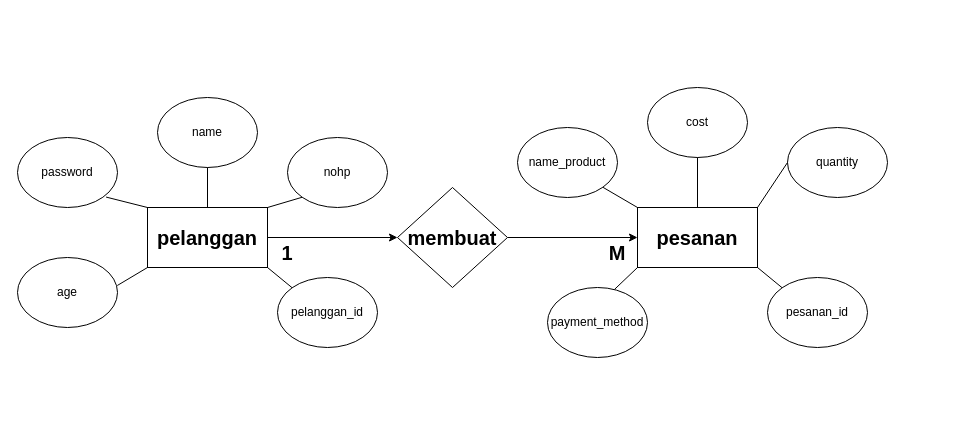
Before: ERD.drawio in VisualGitCode/VisualGitCode.github.io, a draw.io diagram. Source tidied: cells renumbered, new cells numbered last; positions are measured from the earlier drawing's top-left corner, leaving out a move shared by most shapes. Both pictures are drawn from the tidied source at 100%, with x=0, y=0 at pixel (17, 87).
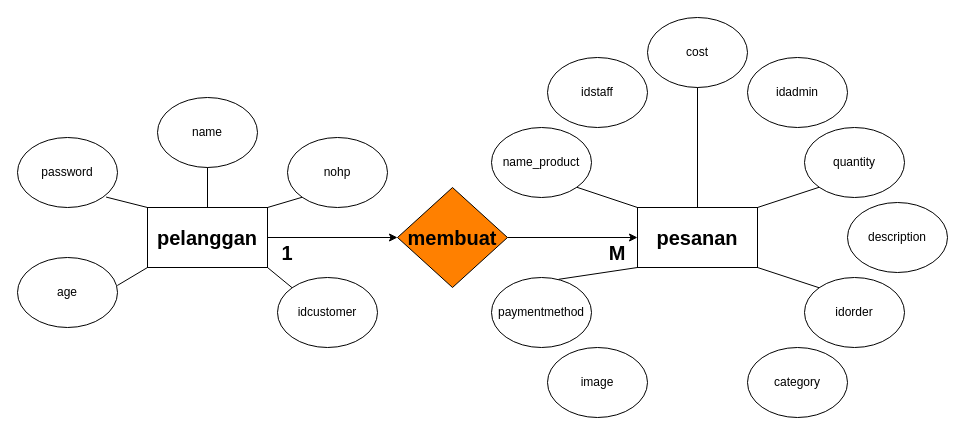
Above is the later version.

The change refers to these unchanged cells:
```xml
<mxCell id="20" style="rounded=0;whiteSpace=wrap;html=1;" parent="1" vertex="1">
  <mxGeometry x="620" y="120" width="120" height="60" as="geometry" />
</mxCell>
```

Diff of the diagram source:
```diff
@@
-    <mxCell id="17" style="rhombus;whiteSpace=wrap;html=1;" parent="1" vertex="1">
+    <mxCell id="17" style="rhombus;whiteSpace=wrap;html=1;fillColor=#FF8000;" parent="1" vertex="1">
       <mxGeometry x="380" y="100" width="110" height="100" as="geometry" />
     </mxCell>
@@
     <mxCell id="22" style="ellipse;whiteSpace=wrap;html=1;" parent="1" vertex="1">
-      <mxGeometry x="630" width="100" height="70" as="geometry" />
+      <mxGeometry x="630" y="-70" width="100" height="70" as="geometry" />
     </mxCell>
     <mxCell id="23" value="cost" style="text;strokeColor=none;align=center;fillColor=none;html=1;verticalAlign=middle;whiteSpace=wrap;rounded=0;" parent="1" vertex="1">
-      <mxGeometry x="650" y="20" width="60" height="30" as="geometry" />
+      <mxGeometry x="650" y="-50" width="60" height="30" as="geometry" />
     </mxCell>
     <mxCell id="24" style="ellipse;whiteSpace=wrap;html=1;" parent="1" vertex="1">
-      <mxGeometry x="770" y="40" width="100" height="70" as="geometry" />
+      <mxGeometry x="787" y="40" width="100" height="70" as="geometry" />
     </mxCell>
     <mxCell id="25" value="quantity" style="text;strokeColor=none;align=center;fillColor=none;html=1;verticalAlign=middle;whiteSpace=wrap;rounded=0;" parent="1" vertex="1">
-      <mxGeometry x="790" y="60" width="60" height="30" as="geometry" />
+      <mxGeometry x="807" y="60" width="60" height="30" as="geometry" />
     </mxCell>
     <mxCell id="26" style="ellipse;whiteSpace=wrap;html=1;" parent="1" vertex="1">
-      <mxGeometry x="500" y="40" width="100" height="70" as="geometry" />
+      <mxGeometry x="474" y="40" width="100" height="70" as="geometry" />
     </mxCell>
     <mxCell id="27" style="ellipse;whiteSpace=wrap;html=1;" parent="1" vertex="1">
-      <mxGeometry x="750" y="190" width="100" height="70" as="geometry" />
+      <mxGeometry x="787" y="190" width="100" height="70" as="geometry" />
     </mxCell>
-    <mxCell id="28" value="pesanan_id" style="text;strokeColor=none;align=center;fillColor=none;html=1;verticalAlign=middle;whiteSpace=wrap;rounded=0;" parent="1" vertex="1">
-      <mxGeometry x="770" y="210" width="60" height="30" as="geometry" />
+    <mxCell id="28" value="idorder" style="text;strokeColor=none;align=center;fillColor=none;html=1;verticalAlign=middle;whiteSpace=wrap;rounded=0;" parent="1" vertex="1">
+      <mxGeometry x="807" y="210" width="60" height="30" as="geometry" />
     </mxCell>
     <mxCell id="29" value="name_product" style="text;strokeColor=none;align=center;fillColor=none;html=1;verticalAlign=middle;whiteSpace=wrap;rounded=0;" parent="1" vertex="1">
-      <mxGeometry x="520" y="60" width="60" height="30" as="geometry" />
+      <mxGeometry x="494" y="60" width="60" height="30" as="geometry" />
     </mxCell>
     <mxCell id="30" style="ellipse;whiteSpace=wrap;html=1;" parent="1" vertex="1">
-      <mxGeometry x="530" y="200" width="100" height="70" as="geometry" />
+      <mxGeometry x="474" y="190" width="100" height="70" as="geometry" />
     </mxCell>
-    <mxCell id="31" value="payment_method" style="text;strokeColor=none;align=center;fillColor=none;html=1;verticalAlign=middle;whiteSpace=wrap;rounded=0;" parent="1" vertex="1">
-      <mxGeometry x="550" y="220" width="60" height="30" as="geometry" />
+    <mxCell id="31" value="paymentmethod" style="text;strokeColor=none;align=center;fillColor=none;html=1;verticalAlign=middle;whiteSpace=wrap;rounded=0;" parent="1" vertex="1">
+      <mxGeometry x="494" y="210" width="60" height="30" as="geometry" />
     </mxCell>
@@
-    <mxCell id="36" style="endArrow=none;html=1;rounded=0;entryX=0;entryY=0.5;entryDx=0;entryDy=0;exitX=1;exitY=0;exitDx=0;exitDy=0;" parent="1" edge="1" source="20" target="24">
+    <mxCell id="36" style="endArrow=none;html=1;rounded=0;entryX=0;entryY=1;entryDx=0;entryDy=0;exitX=1;exitY=0;exitDx=0;exitDy=0;" parent="1" edge="1" source="20" target="24">
       <mxGeometry relative="1" as="geometry" />
     </mxCell>
@@
-    <mxCell id="38" value="pelanggan_id" style="text;strokeColor=none;align=center;fillColor=none;html=1;verticalAlign=middle;whiteSpace=wrap;rounded=0;" parent="1" vertex="1">
+    <mxCell id="38" value="idcustomer" style="text;strokeColor=none;align=center;fillColor=none;html=1;verticalAlign=middle;whiteSpace=wrap;rounded=0;" parent="1" vertex="1">
       <mxGeometry x="280" y="210" width="60" height="30" as="geometry" />
     </mxCell>
@@
+    <mxCell id="42" style="ellipse;whiteSpace=wrap;html=1;" parent="1" vertex="1">
+      <mxGeometry x="830" y="115" width="100" height="70" as="geometry" />
+    </mxCell>
+    <mxCell id="43" value="description" style="text;strokeColor=none;align=center;fillColor=none;html=1;verticalAlign=middle;whiteSpace=wrap;rounded=0;" parent="1" vertex="1">
+      <mxGeometry x="850" y="135" width="60" height="30" as="geometry" />
+    </mxCell>
+    <mxCell id="44" style="ellipse;whiteSpace=wrap;html=1;" parent="1" vertex="1">
+      <mxGeometry x="530" y="260" width="100" height="70" as="geometry" />
+    </mxCell>
+    <mxCell id="45" value="image" style="text;strokeColor=none;align=center;fillColor=none;html=1;verticalAlign=middle;whiteSpace=wrap;rounded=0;" parent="1" vertex="1">
+      <mxGeometry x="550" y="280" width="60" height="30" as="geometry" />
+    </mxCell>
+    <mxCell id="46" style="ellipse;whiteSpace=wrap;html=1;" parent="1" vertex="1">
+      <mxGeometry x="730" y="-30" width="100" height="70" as="geometry" />
+    </mxCell>
+    <mxCell id="47" value="idadmin" style="text;strokeColor=none;align=center;fillColor=none;html=1;verticalAlign=middle;whiteSpace=wrap;rounded=0;" parent="1" vertex="1">
+      <mxGeometry x="750" y="-10" width="60" height="30" as="geometry" />
+    </mxCell>
+    <mxCell id="48" style="ellipse;whiteSpace=wrap;html=1;" parent="1" vertex="1">
+      <mxGeometry x="530" y="-30" width="100" height="70" as="geometry" />
+    </mxCell>
+    <mxCell id="49" value="idstaff" style="text;strokeColor=none;align=center;fillColor=none;html=1;verticalAlign=middle;whiteSpace=wrap;rounded=0;" parent="1" vertex="1">
+      <mxGeometry x="550" y="-10" width="60" height="30" as="geometry" />
+    </mxCell>
+    <mxCell id="50" style="ellipse;whiteSpace=wrap;html=1;" parent="1" vertex="1">
+      <mxGeometry x="730" y="260" width="100" height="70" as="geometry" />
+    </mxCell>
+    <mxCell id="51" value="category" style="text;strokeColor=none;align=center;fillColor=none;html=1;verticalAlign=middle;whiteSpace=wrap;rounded=0;" parent="1" vertex="1">
+      <mxGeometry x="750" y="280" width="60" height="30" as="geometry" />
+    </mxCell>
```
